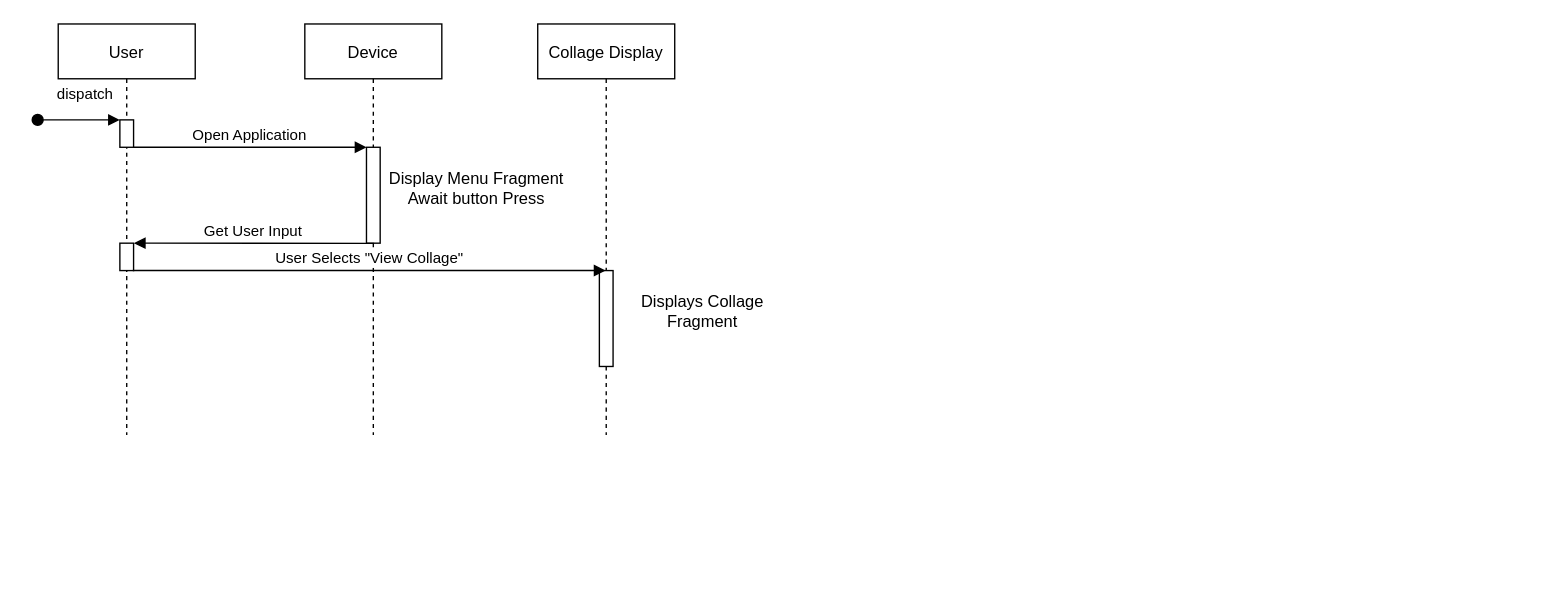
Before: ScrapbookingAppSequenceDiagram.drawio in monstro-montra/ScrapbookingAndroidApp, a draw.io diagram. Source tidied: cells renumbered, new cells numbered last; positions are measured from the earlier drawing's top-left corner, leaving out a move shared by most shapes. Both pictures are drawn from the tidied source at 137%, with x=0, y=0 at pixel (37, 23).
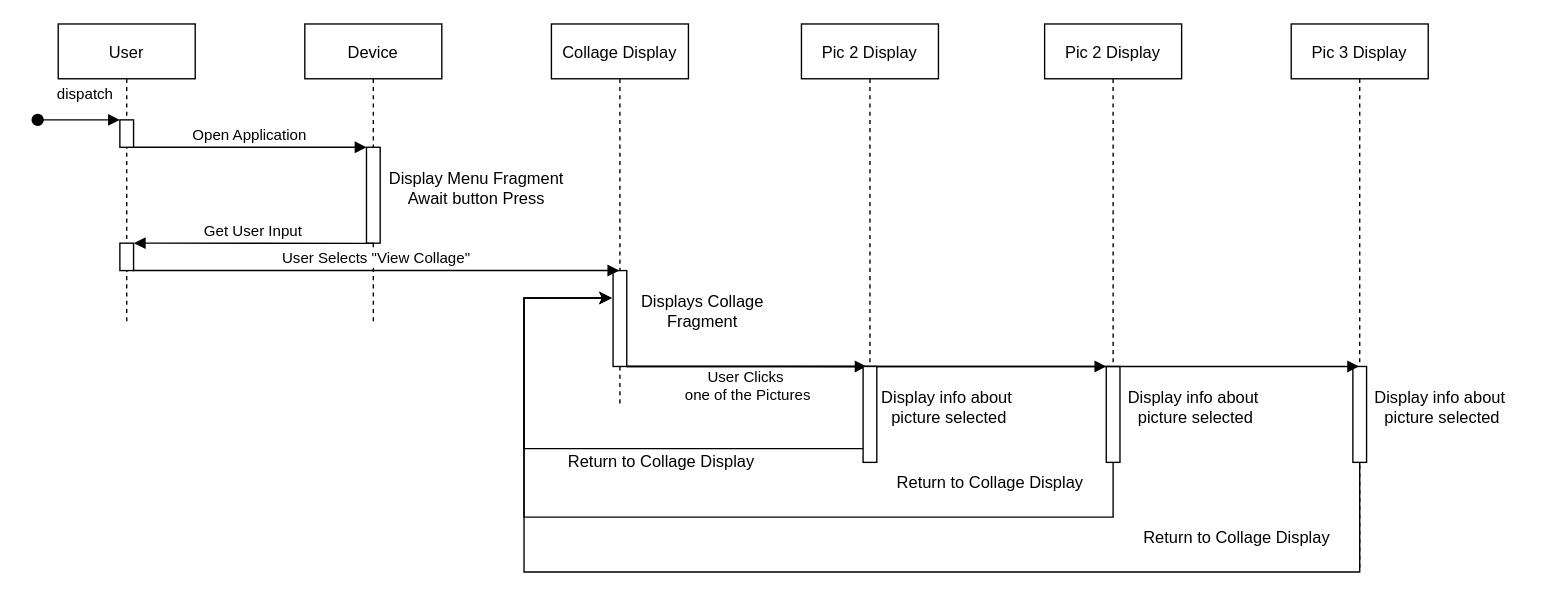
The same page after the edit.

Commit message (it also covers changes not shown here):
Started working on the layout for how images are displayed on the collage fragment. So far, only three images are present.

The change refers to these unchanged cells:
```xml
<mxCell id="12" style="points=[];perimeter=orthogonalPerimeter;rounded=0;shadow=0;strokeWidth=1;" parent="11" vertex="1">
  <mxGeometry x="45" y="180" width="10" height="70" as="geometry" />
</mxCell>
```

Change to the diagram source:
```diff
@@
     <mxCell id="2" value="User" style="shape=umlLifeline;perimeter=lifelinePerimeter;rounded=0;shadow=0;strokeWidth=1;" parent="1" vertex="1">
-      <mxGeometry x="15" width="100" height="300" as="geometry" />
+      <mxGeometry x="15" width="100" height="220" as="geometry" />
     </mxCell>
@@
     <mxCell id="6" value="Device" style="shape=umlLifeline;perimeter=lifelinePerimeter;rounded=0;shadow=0;strokeWidth=1;" parent="1" vertex="1">
-      <mxGeometry x="195" width="100" height="300" as="geometry" />
+      <mxGeometry x="195" width="100" height="220" as="geometry" />
     </mxCell>
@@
     <mxCell id="11" value="Collage Display" style="shape=umlLifeline;perimeter=lifelinePerimeter;rounded=0;shadow=0;strokeWidth=1;" parent="1" vertex="1">
-      <mxGeometry x="365" width="100" height="300" as="geometry" />
+      <mxGeometry x="375" width="100" height="280" as="geometry" />
     </mxCell>
@@
+    <mxCell id="15" value="User Clicks&#10; one of the Pictures" style="verticalAlign=bottom;endArrow=block;shadow=0;strokeWidth=1;exitX=1.018;exitY=0.999;exitDx=0;exitDy=0;exitPerimeter=0;" parent="1" edge="1" source="12">
+      <mxGeometry y="-30" relative="1" as="geometry">
+        <mxPoint x="605" y="250" as="targetPoint" />
+      </mxGeometry>
+    </mxCell>
+    <mxCell id="16" value="Pic 2 Display" style="shape=umlLifeline;perimeter=lifelinePerimeter;rounded=0;shadow=0;strokeWidth=1;" parent="1" vertex="1">
+      <mxGeometry x="735" width="100" height="320" as="geometry" />
+    </mxCell>
+    <mxCell id="17" style="points=[];perimeter=orthogonalPerimeter;rounded=0;shadow=0;strokeWidth=1;" parent="16" vertex="1">
+      <mxGeometry x="45" y="250" width="10" height="70" as="geometry" />
+    </mxCell>
+    <mxCell id="18" value="Pic 3 Display" style="shape=umlLifeline;perimeter=lifelinePerimeter;rounded=0;shadow=0;strokeWidth=1;" parent="1" vertex="1">
+      <mxGeometry x="915" width="100" height="400" as="geometry" />
+    </mxCell>
+    <mxCell id="19" style="points=[];perimeter=orthogonalPerimeter;rounded=0;shadow=0;strokeWidth=1;" parent="18" vertex="1">
+      <mxGeometry x="45" y="250" width="10" height="70" as="geometry" />
+    </mxCell>
+    <mxCell id="20" style="verticalAlign=bottom;endArrow=block;shadow=0;strokeWidth=1;exitX=1.018;exitY=0.999;exitDx=0;exitDy=0;exitPerimeter=0;" parent="1" edge="1" target="17">
+      <mxGeometry y="-30" relative="1" as="geometry">
+        <mxPoint x="430.2" y="250" as="sourcePoint" />
+      </mxGeometry>
+    </mxCell>
+    <mxCell id="21" style="verticalAlign=bottom;endArrow=block;shadow=0;strokeWidth=1;exitX=1.018;exitY=0.999;exitDx=0;exitDy=0;exitPerimeter=0;" parent="1" edge="1" target="18">
+      <mxGeometry y="-30" relative="1" as="geometry">
+        <mxPoint x="430" y="250" as="sourcePoint" />
+      </mxGeometry>
+    </mxCell>
+    <mxCell id="22" value="Display info about&amp;nbsp;&lt;br&gt;picture selected&lt;br&gt;" style="text;html=1;align=center;verticalAlign=middle;strokeColor=none;fillColor=none;" parent="1" vertex="1">
+      <mxGeometry x="605" y="260" width="120" height="40" as="geometry" />
+    </mxCell>
+    <mxCell id="23" style="edgeStyle=orthogonalEdgeStyle;rounded=0;jettySize=auto;html=1;" parent="1" edge="1" source="24">
+      <mxGeometry relative="1" as="geometry">
+        <mxPoint x="419" y="200" as="targetPoint" />
+        <Array as="points">
+          <mxPoint x="355" y="310" />
+          <mxPoint x="355" y="200" />
+        </Array>
+      </mxGeometry>
+    </mxCell>
+    <mxCell id="24" value="Pic 2 Display" style="shape=umlLifeline;perimeter=lifelinePerimeter;rounded=0;shadow=0;strokeWidth=1;" parent="1" vertex="1">
+      <mxGeometry x="557.5" width="100" height="320" as="geometry" />
+    </mxCell>
+    <mxCell id="25" style="perimeter=orthogonalPerimeter;rounded=0;shadow=0;strokeWidth=1;" parent="24" vertex="1">
+      <mxGeometry x="45" y="250" width="10" height="70" as="geometry" />
+    </mxCell>
+    <mxCell id="26" value="Display info about&amp;nbsp;&lt;br&gt;picture selected&lt;br&gt;" style="text;html=1;align=center;verticalAlign=middle;strokeColor=none;fillColor=none;" parent="1" vertex="1">
+      <mxGeometry x="785" y="260" width="120" height="40" as="geometry" />
+    </mxCell>
+    <mxCell id="27" value="Display info about&amp;nbsp;&lt;br&gt;picture selected&lt;br&gt;" style="text;html=1;align=center;verticalAlign=middle;strokeColor=none;fillColor=none;" parent="1" vertex="1">
+      <mxGeometry x="965" y="260" width="120" height="40" as="geometry" />
+    </mxCell>
+    <mxCell id="28" value="Return to Collage Display" style="text;html=1;align=center;verticalAlign=middle;strokeColor=none;fillColor=none;" parent="1" vertex="1">
+      <mxGeometry x="375" y="305" width="160" height="30" as="geometry" />
+    </mxCell>
+    <mxCell id="29" style="edgeStyle=orthogonalEdgeStyle;rounded=0;jettySize=auto;html=1;entryX=-0.111;entryY=0.285;entryDx=0;entryDy=0;entryPerimeter=0;" parent="1" edge="1" source="17" target="12">
+      <mxGeometry relative="1" as="geometry">
+        <Array as="points">
+          <mxPoint x="785" y="360" />
+          <mxPoint x="355" y="360" />
+          <mxPoint x="355" y="200" />
+        </Array>
+      </mxGeometry>
+    </mxCell>
+    <mxCell id="30" value="Return to Collage Display" style="text;html=1;align=center;verticalAlign=middle;strokeColor=none;fillColor=none;" parent="1" vertex="1">
+      <mxGeometry x="615" y="320" width="160" height="30" as="geometry" />
+    </mxCell>
+    <mxCell id="31" style="edgeStyle=orthogonalEdgeStyle;rounded=0;jettySize=auto;html=1;entryX=-0.092;entryY=0.287;entryDx=0;entryDy=0;entryPerimeter=0;" parent="1" edge="1" source="19" target="12">
+      <mxGeometry relative="1" as="geometry">
+        <Array as="points">
+          <mxPoint x="965" y="400" />
+          <mxPoint x="355" y="400" />
+          <mxPoint x="355" y="200" />
+        </Array>
+      </mxGeometry>
+    </mxCell>
+    <mxCell id="32" value="Return to Collage Display" style="text;html=1;align=center;verticalAlign=middle;strokeColor=none;fillColor=none;" parent="1" vertex="1">
+      <mxGeometry x="795" y="360" width="160" height="30" as="geometry" />
+    </mxCell>
```
